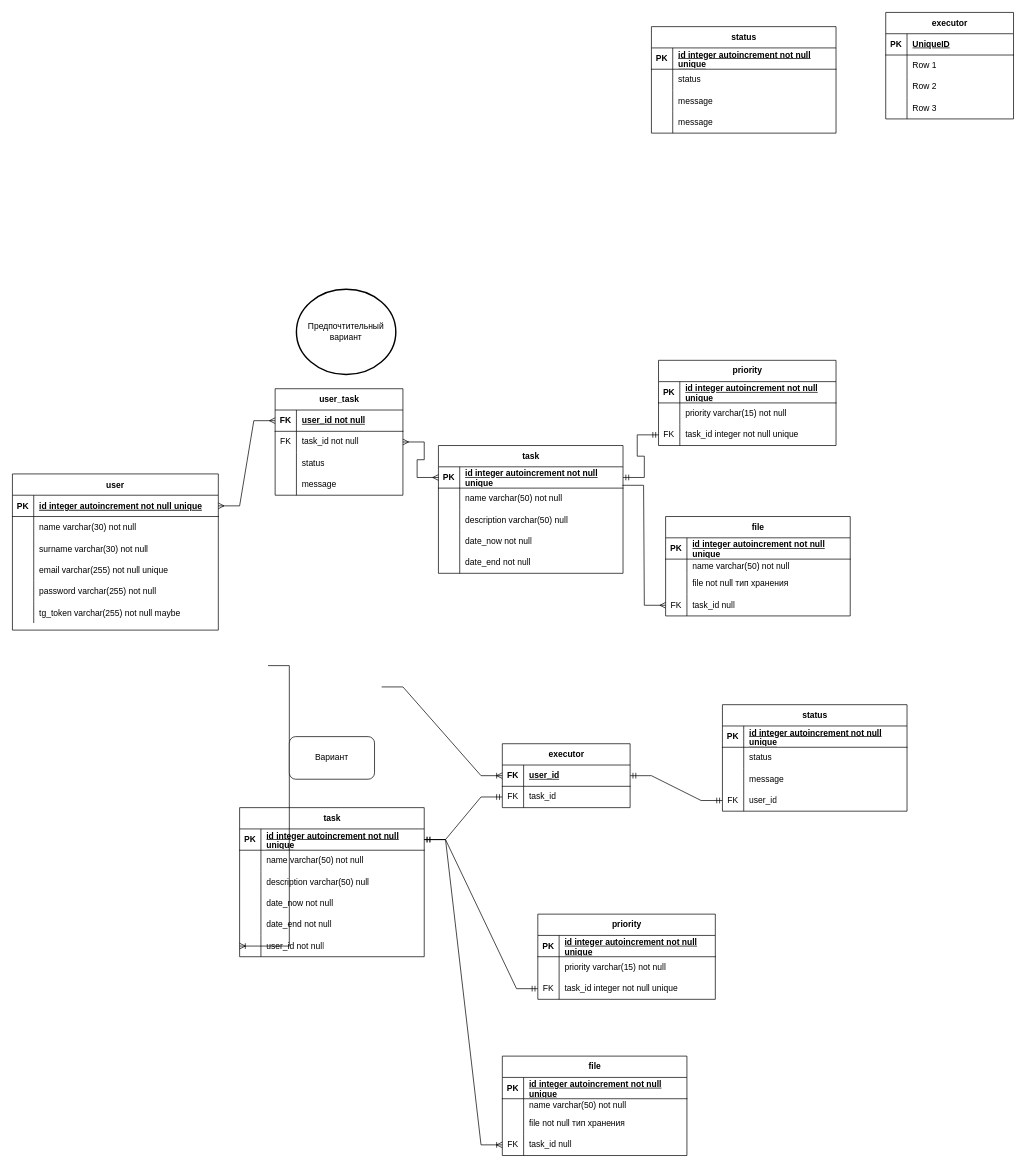
The draw.io diagram task manager.drawio in KGBT/projects, before the edit. Source tidied: cells renumbered, new cells numbered last; positions are measured from the earlier drawing's top-left corner, leaving out a move shared by most shapes. Both pictures are drawn from the tidied source at 71%, with x=0, y=0 at pixel (12, 12).
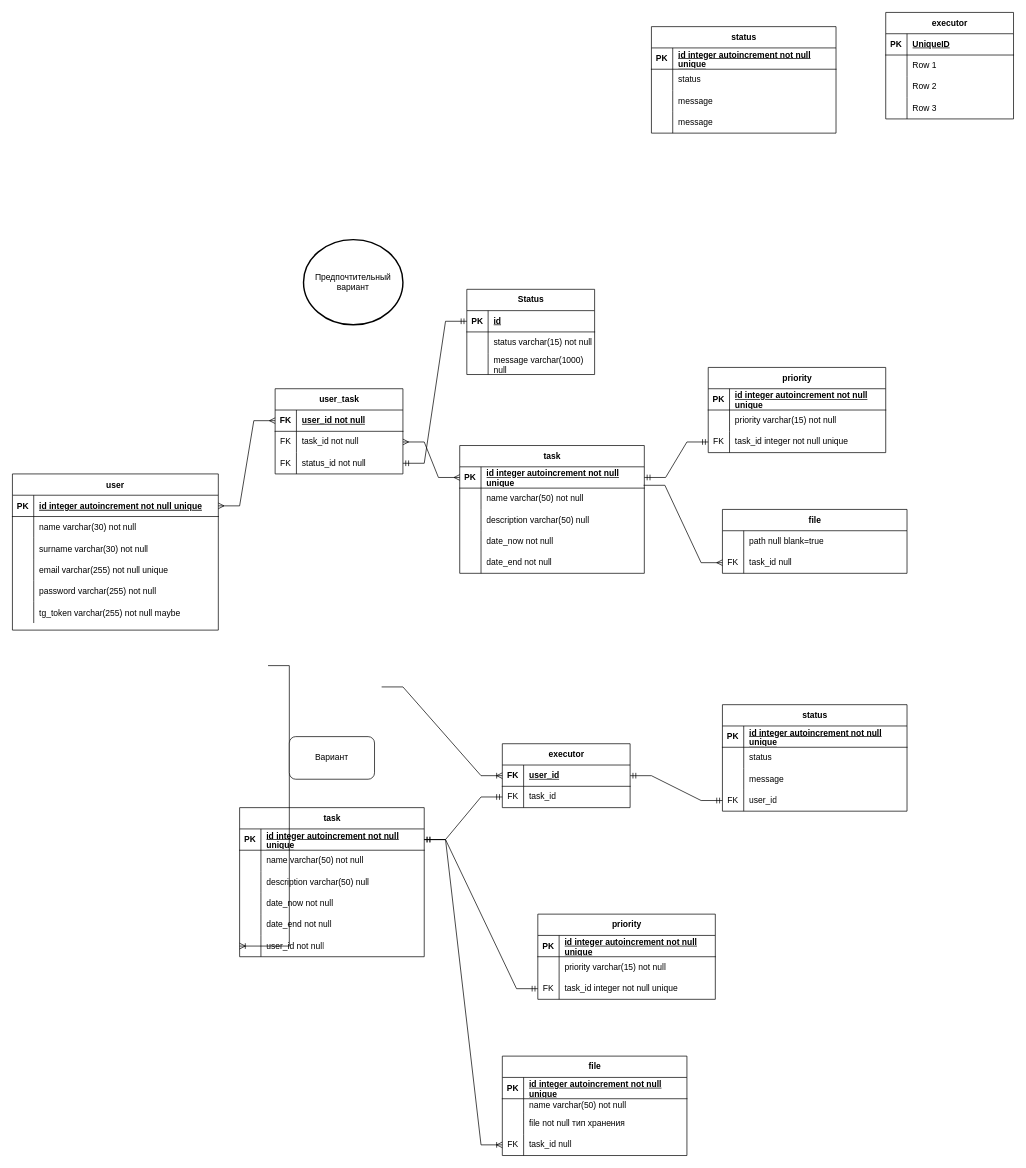
Above is the later version.

The change refers to these unchanged cells:
```xml
<mxCell id="28" style="shape=tableRow;horizontal=0;startSize=0;swimlaneHead=0;swimlaneBody=0;fillColor=none;points=[[0,0.5],[1,0.5]];portConstraint=eastwest;top=0;left=0;right=0;bottom=0;" parent="21" vertex="1">
  <mxGeometry y="90" width="180" height="30" as="geometry" />
</mxCell>
```

Change to the diagram source:
```diff
@@
     <mxCell id="21" value="user_task" style="shape=table;startSize=30;childLayout=tableLayout;rowLines=0;fontStyle=1;align=center;html=1;" parent="1" vertex="1">
-      <mxGeometry x="370" y="530" width="180" height="150" as="geometry" />
+      <mxGeometry x="370" y="530" width="180" height="120" as="geometry" />
     </mxCell>
@@
-    <mxCell id="29" style="shape=partialRectangle;fillColor=none;top=0;left=0;bottom=0;right=0;overflow=hidden;whiteSpace=wrap;html=1;" parent="28" vertex="1">
+    <mxCell id="29" value="FK" style="shape=partialRectangle;fillColor=none;top=0;left=0;bottom=0;right=0;overflow=hidden;whiteSpace=wrap;html=1;" parent="28" vertex="1">
       <mxGeometry width="30" height="30" as="geometry" />
     </mxCell>
-    <mxCell id="30" value="status" style="shape=partialRectangle;fillColor=none;top=0;left=0;bottom=0;right=0;align=left;spacingLeft=6;overflow=hidden;whiteSpace=wrap;html=1;" parent="28" vertex="1">
+    <mxCell id="30" value="status_id not null" style="shape=partialRectangle;fillColor=none;top=0;left=0;bottom=0;right=0;align=left;spacingLeft=6;overflow=hidden;whiteSpace=wrap;html=1;" parent="28" vertex="1">
       <mxGeometry x="30" width="150" height="30" as="geometry" />
     </mxCell>
-    <mxCell id="31" style="shape=tableRow;horizontal=0;startSize=0;swimlaneHead=0;swimlaneBody=0;fillColor=none;top=0;left=0;right=0;bottom=0;" parent="21" vertex="1">
-      <mxGeometry y="120" width="180" height="30" as="geometry" />
-    </mxCell>
-    <mxCell id="32" style="shape=partialRectangle;fillColor=none;top=0;left=0;bottom=0;right=0;overflow=hidden;whiteSpace=wrap;html=1;" parent="31" vertex="1">
-      <mxGeometry width="30" height="30" as="geometry" />
-    </mxCell>
-    <mxCell id="33" value="message" style="shape=partialRectangle;fillColor=none;top=0;left=0;bottom=0;right=0;align=left;spacingLeft=6;overflow=hidden;whiteSpace=wrap;html=1;" parent="31" vertex="1">
-      <mxGeometry x="30" width="150" height="30" as="geometry" />
-    </mxCell>
     <mxCell id="34" value="task" style="shape=table;startSize=30;childLayout=tableLayout;rowLines=0;fontStyle=1;align=center;html=1;" parent="1" vertex="1">
-      <mxGeometry x="600" y="610" width="260" height="180" as="geometry" />
+      <mxGeometry x="630" y="610" width="260" height="180" as="geometry" />
     </mxCell>
@@
     <mxCell id="50" value="file" style="shape=table;startSize=30;childLayout=tableLayout;rowLines=0;fontStyle=1;align=center;html=1;" parent="1" vertex="1">
-      <mxGeometry x="920" y="710" width="260" height="140" as="geometry" />
+      <mxGeometry x="1000" y="700" width="260" height="90" as="geometry" />
     </mxCell>
-    <mxCell id="51" style="shape=tableRow;horizontal=0;startSize=0;swimlaneHead=0;swimlaneBody=0;fillColor=none;top=0;left=0;right=0;bottom=1;" parent="50" vertex="1">
-      <mxGeometry y="30" width="260" height="30" as="geometry" />
-    </mxCell>
-    <mxCell id="52" value="PK" style="shape=partialRectangle;fillColor=none;top=0;left=0;bottom=0;right=0;fontStyle=1;overflow=hidden;whiteSpace=wrap;html=1;" parent="51" vertex="1">
-      <mxGeometry width="30" height="30" as="geometry" />
-    </mxCell>
-    <mxCell id="53" value="id integer autoincrement not null unique" style="shape=partialRectangle;fillColor=none;top=0;left=0;bottom=0;right=0;align=left;spacingLeft=6;fontStyle=5;overflow=hidden;whiteSpace=wrap;html=1;" parent="51" vertex="1">
-      <mxGeometry x="30" width="230" height="30" as="geometry" />
-    </mxCell>
-    <mxCell id="54" style="shape=tableRow;horizontal=0;startSize=0;swimlaneHead=0;swimlaneBody=0;fillColor=none;top=0;left=0;right=0;bottom=0;" parent="50" vertex="1">
-      <mxGeometry y="60" width="260" height="20" as="geometry" />
-    </mxCell>
-    <mxCell id="55" style="shape=partialRectangle;fillColor=none;top=0;left=0;bottom=0;right=0;overflow=hidden;whiteSpace=wrap;html=1;" parent="54" vertex="1">
-      <mxGeometry width="30" height="20" as="geometry" />
-    </mxCell>
-    <mxCell id="56" value="name varchar(50) not null" style="shape=partialRectangle;fillColor=none;top=0;left=0;bottom=0;right=0;align=left;spacingLeft=6;overflow=hidden;whiteSpace=wrap;html=1;" parent="54" vertex="1">
-      <mxGeometry x="30" width="230" height="20" as="geometry" />
-    </mxCell>
     <mxCell id="57" style="shape=tableRow;horizontal=0;startSize=0;swimlaneHead=0;swimlaneBody=0;fillColor=none;top=0;left=0;right=0;bottom=0;" parent="50" vertex="1">
-      <mxGeometry y="80" width="260" height="30" as="geometry" />
+      <mxGeometry y="30" width="260" height="30" as="geometry" />
     </mxCell>
@@
-    <mxCell id="59" value="file not null тип хранения" style="shape=partialRectangle;fillColor=none;top=0;left=0;bottom=0;right=0;align=left;spacingLeft=6;overflow=hidden;whiteSpace=wrap;html=1;" parent="57" vertex="1">
+    <mxCell id="59" value="path null blank=true" style="shape=partialRectangle;fillColor=none;top=0;left=0;bottom=0;right=0;align=left;spacingLeft=6;overflow=hidden;whiteSpace=wrap;html=1;" parent="57" vertex="1">
       <mxGeometry x="30" width="230" height="30" as="geometry" />
     </mxCell>
     <mxCell id="60" style="shape=tableRow;horizontal=0;startSize=0;swimlaneHead=0;swimlaneBody=0;fillColor=none;points=[[0,0.5],[1,0.5]];portConstraint=eastwest;top=0;left=0;right=0;bottom=0;" parent="50" vertex="1">
-      <mxGeometry y="110" width="260" height="30" as="geometry" />
+      <mxGeometry y="60" width="260" height="30" as="geometry" />
     </mxCell>
@@
     <mxCell id="78" value="priority" style="shape=table;startSize=30;childLayout=tableLayout;rowLines=0;fontStyle=1;align=center;html=1;" parent="1" vertex="1">
-      <mxGeometry x="910" y="490" width="250" height="120" as="geometry" />
+      <mxGeometry x="980" y="500" width="250" height="120" as="geometry" />
     </mxCell>
@@
     <mxCell id="171" value="Предпочтительный вариант" style="strokeWidth=2;html=1;shape=mxgraph.flowchart.start_1;whiteSpace=wrap;" parent="1" vertex="1">
-      <mxGeometry x="400" y="390" width="140" height="120" as="geometry" />
+      <mxGeometry x="410" y="320" width="140" height="120" as="geometry" />
     </mxCell>
@@
+    <mxCell id="173" value="Status" style="shape=table;startSize=30;childLayout=tableLayout;rowLines=0;fontStyle=1;align=center;html=1;" parent="1" vertex="1">
+      <mxGeometry x="640" y="390" width="180" height="120" as="geometry" />
+    </mxCell>
+    <mxCell id="174" style="shape=tableRow;horizontal=0;startSize=0;swimlaneHead=0;swimlaneBody=0;fillColor=none;points=[[0,0.5],[1,0.5]];portConstraint=eastwest;top=0;left=0;right=0;bottom=1;" parent="173" vertex="1">
+      <mxGeometry y="30" width="180" height="30" as="geometry" />
+    </mxCell>
+    <mxCell id="52" value="PK" style="shape=partialRectangle;fillColor=none;top=0;left=0;bottom=0;right=0;fontStyle=1;overflow=hidden;whiteSpace=wrap;html=1;" parent="174" vertex="1">
+      <mxGeometry width="30" height="30" as="geometry" />
+    </mxCell>
+    <mxCell id="175" value="id" style="shape=partialRectangle;fillColor=none;top=0;left=0;bottom=0;right=0;align=left;spacingLeft=6;fontStyle=5;overflow=hidden;whiteSpace=wrap;html=1;" parent="174" vertex="1">
+      <mxGeometry x="30" width="150" height="30" as="geometry" />
+    </mxCell>
+    <mxCell id="176" style="shape=tableRow;horizontal=0;startSize=0;swimlaneHead=0;swimlaneBody=0;fillColor=none;top=0;left=0;right=0;bottom=0;" parent="173" vertex="1">
+      <mxGeometry y="60" width="180" height="30" as="geometry" />
+    </mxCell>
+    <mxCell id="177" style="shape=partialRectangle;fillColor=none;top=0;left=0;bottom=0;right=0;overflow=hidden;whiteSpace=wrap;html=1;" parent="176" vertex="1">
+      <mxGeometry width="30" height="30" as="geometry" />
+    </mxCell>
+    <mxCell id="178" value="status varchar(15) not null" style="shape=partialRectangle;fillColor=none;top=0;left=0;bottom=0;right=0;align=left;spacingLeft=6;overflow=hidden;whiteSpace=wrap;html=1;" parent="176" vertex="1">
+      <mxGeometry x="30" width="150" height="30" as="geometry" />
+    </mxCell>
+    <mxCell id="179" style="shape=tableRow;horizontal=0;startSize=0;swimlaneHead=0;swimlaneBody=0;fillColor=none;top=0;left=0;right=0;bottom=0;" parent="173" vertex="1">
+      <mxGeometry y="90" width="180" height="30" as="geometry" />
+    </mxCell>
+    <mxCell id="180" style="shape=partialRectangle;fillColor=none;top=0;left=0;bottom=0;right=0;overflow=hidden;whiteSpace=wrap;html=1;" parent="179" vertex="1">
+      <mxGeometry width="30" height="30" as="geometry" />
+    </mxCell>
+    <mxCell id="181" value="message varchar(1000) null" style="shape=partialRectangle;fillColor=none;top=0;left=0;bottom=0;right=0;align=left;spacingLeft=6;overflow=hidden;whiteSpace=wrap;html=1;" parent="179" vertex="1">
+      <mxGeometry x="30" width="150" height="30" as="geometry" />
+    </mxCell>
+    <mxCell id="182" style="edgeStyle=entityRelationEdgeStyle;fontSize=12;html=1;endArrow=ERmandOne;startArrow=ERmandOne;rounded=0;exitX=1;exitY=0.5;exitDx=0;exitDy=0;entryX=0;entryY=0.5;entryDx=0;entryDy=0;" parent="1" edge="1" source="28" target="174">
+      <mxGeometry relative="1" as="geometry" />
+    </mxCell>
```
